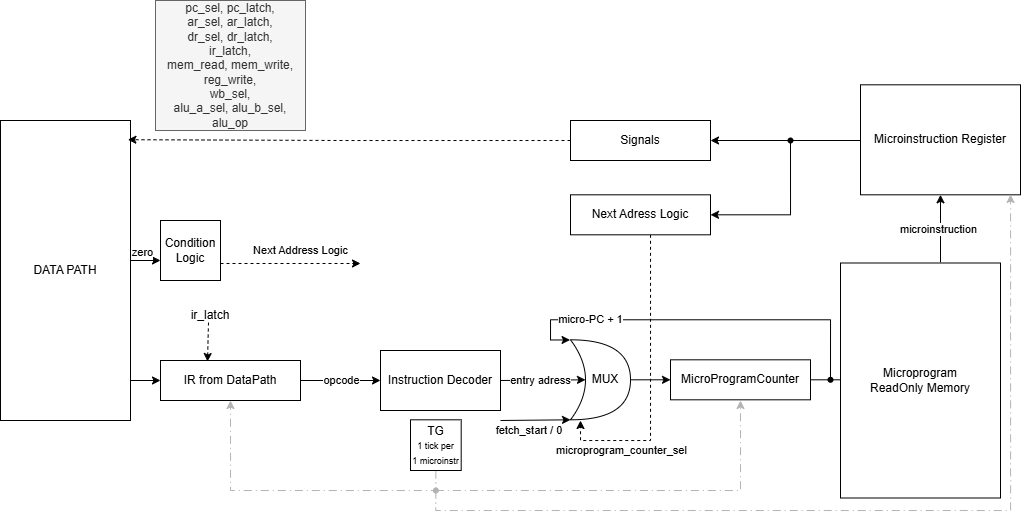
Before: img/CU.png, a diagram exported from draw.io (ladpest/csa-lab4). Source tidied: cells renumbered, new cells last; positions are measured from the earlier drawing's top-left corner, leaving out a move shared by most shapes.
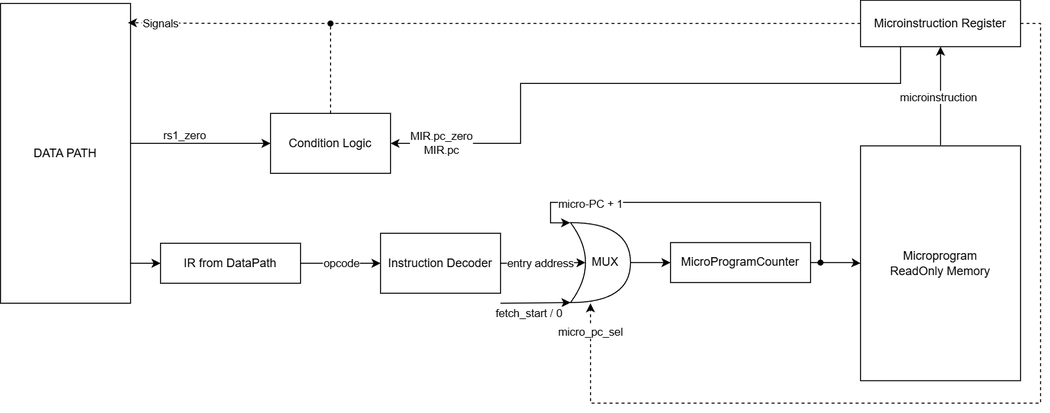
Later version of the same file.

Commit message:
fix: update schemas, remove NEXT_JMP, return zero register

The edit, as a diff of the source:
```diff
@@ -8,39 +8,29 @@
     <mxCell id="3" value="IR from DataPath" style="rounded=0;whiteSpace=wrap;html=1;" parent="1" vertex="1">
       <mxGeometry x="160" y="360" width="140" height="40" as="geometry" />
     </mxCell>
-    <mxCell id="4" style="endArrow=classic;html=1;rounded=0;entryX=0;entryY=0.5;entryDx=0;entryDy=0;" parent="1" edge="1" target="3">
-      <mxGeometry relative="1" as="geometry">
-        <mxPoint x="130" y="380" as="sourcePoint" />
-      </mxGeometry>
-    </mxCell>
-    <mxCell id="5" value="ir_latch" style="text;html=1;whiteSpace=wrap;strokeColor=none;fillColor=none;align=center;verticalAlign=middle;rounded=0;" parent="1" vertex="1">
-      <mxGeometry x="180" y="300" width="60" height="30" as="geometry" />
-    </mxCell>
-    <mxCell id="6" style="endArrow=classic;html=1;rounded=0;dashed=1;" parent="1" edge="1">
-      <mxGeometry relative="1" as="geometry">
-        <mxPoint x="208" y="322" as="sourcePoint" />
-        <mxPoint x="207" y="361" as="targetPoint" />
-      </mxGeometry>
-    </mxCell>
+    <mxCell id="43" style="endArrow=classic;html=1;rounded=0;entryX=0;entryY=0.5;entryDx=0;entryDy=0;" parent="1" edge="1" target="3">
+      <mxGeometry relative="1" as="geometry">
+        <mxPoint x="130" y="380" as="sourcePoint" />
+      </mxGeometry>
+    </mxCell>
     <mxCell id="7" value="Instruction Decoder" style="rounded=0;whiteSpace=wrap;html=1;" parent="1" vertex="1">
       <mxGeometry x="380" y="350" width="120" height="60" as="geometry" />
     </mxCell>
-    <mxCell id="8" style="endArrow=classic;html=1;rounded=0;entryX=0;entryY=0.5;entryDx=0;entryDy=0;" parent="1" edge="1" target="7">
-      <mxGeometry relative="1" as="geometry">
-        <mxPoint x="300" y="380" as="sourcePoint" />
-      </mxGeometry>
-    </mxCell>
+    <mxCell id="44" style="endArrow=classic;html=1;rounded=0;entryX=0;entryY=0.5;entryDx=0;entryDy=0;" parent="1" edge="1" target="7">
+      <mxGeometry relative="1" as="geometry">
+        <mxPoint x="300" y="380" as="sourcePoint" />
+      </mxGeometry>
+    </mxCell>
-    <mxCell id="9" value="opcode" style="edgeLabel;html=1;align=center;verticalAlign=middle;" parent="8" vertex="1">
+    <mxCell id="9" value="opcode" style="edgeLabel;html=1;align=center;verticalAlign=middle;" parent="44" vertex="1">
       <mxGeometry x="-0.25" y="-2" relative="1" as="geometry">
         <mxPoint x="10" y="-2" as="offset" />
       </mxGeometry>
     </mxCell>
-    <mxCell id="10" style="edgeStyle=orthogonalEdgeStyle;rounded=0;jettySize=auto;html=1;exitX=0.5;exitY=1;exitDx=0;exitDy=0;entryX=0.5;entryY=1;entryDx=0;entryDy=0;dashed=1;dashPattern=8 4 1 4;strokeColor=#B3B3B3;" parent="1" edge="1" source="11" target="3">
-      <mxGeometry relative="1" as="geometry" />
-    </mxCell>
-    <mxCell id="11" value="TG&lt;br&gt;&lt;font style=&quot;font-size: 9px;&quot;&gt;1 tick per&lt;br&gt;1 microinstr&lt;/font&gt;" style="whiteSpace=wrap;html=1;" parent="1" vertex="1">
-      <mxGeometry x="410" y="419.3" width="50.7" height="50.7" as="geometry" />
-    </mxCell>
+    <mxCell id="45" style="edgeStyle=orthogonalEdgeStyle;rounded=0;jettySize=auto;html=1;exitX=1;exitY=0.5;exitDx=0;exitDy=0;endArrow=none;endFill=0;" parent="1" edge="1" source="12">
+      <mxGeometry relative="1" as="geometry">
+        <mxPoint x="820" y="379.6" as="targetPoint" />
+      </mxGeometry>
+    </mxCell>
     <mxCell id="12" value="MicroProgramCounter" style="rounded=0;whiteSpace=wrap;html=1;" parent="1" vertex="1">
       <mxGeometry x="670" y="359.3" width="140" height="40" as="geometry" />
     </mxCell>
@@ -50,35 +40,32 @@
     <mxCell id="14" style="endArrow=classic;html=1;rounded=0;entryX=0.25;entryY=0.5;entryDx=0;entryDy=0;entryPerimeter=0;endFill=1;exitX=1;exitY=0.5;exitDx=0;exitDy=0;" parent="1" edge="1" source="7" target="13">
       <mxGeometry relative="1" as="geometry" />
     </mxCell>
-    <mxCell id="15" value="entry adress" style="edgeLabel;html=1;align=center;verticalAlign=middle;" parent="14" vertex="1">
-      <mxGeometry x="-0.21" y="-1" relative="1" as="geometry">
-        <mxPoint x="7" y="-1" as="offset" />
-      </mxGeometry>
-    </mxCell>
-    <mxCell id="16" style="endArrow=classic;html=1;rounded=0;entryX=0;entryY=0.5;entryDx=0;entryDy=0;" parent="1" edge="1" target="12">
-      <mxGeometry relative="1" as="geometry">
-        <mxPoint x="630" y="379.3" as="sourcePoint" />
-      </mxGeometry>
-    </mxCell>
-    <mxCell id="17" style="endArrow=classic;html=1;rounded=0;entryX=0;entryY=0.5;entryDx=0;entryDy=0;" parent="1" edge="1">
-      <mxGeometry relative="1" as="geometry">
-        <mxPoint x="810" y="379.3" as="sourcePoint" />
-        <mxPoint x="860" y="379.3" as="targetPoint" />
-      </mxGeometry>
-    </mxCell>
-    <mxCell id="18" style="shape=waypoint;sketch=0;size=6;points=[];fillColor=none;perimeter=centerPerimeter;snapToPoint=1;" parent="1" vertex="1">
-      <mxGeometry x="820" y="369.3" width="20" height="20" as="geometry" />
-    </mxCell>
-    <mxCell id="19" style="edgeStyle=orthogonalEdgeStyle;rounded=0;jettySize=auto;html=1;entryX=-0.007;entryY=0.002;entryDx=0;entryDy=0;entryPerimeter=0;" parent="1" edge="1" source="18" target="13">
-      <mxGeometry relative="1" as="geometry">
-        <Array as="points">
-          <mxPoint x="830" y="319.3" />
-          <mxPoint x="550" y="319.3" />
-          <mxPoint x="550" y="339.3" />
-        </Array>
-      </mxGeometry>
-    </mxCell>
+    <mxCell id="46" value="entry address" style="edgeLabel;html=1;align=center;verticalAlign=middle;" parent="14" vertex="1">
+      <mxGeometry x="-0.21" y="-1" relative="1" as="geometry">
+        <mxPoint x="7" y="-1" as="offset" />
+      </mxGeometry>
+    </mxCell>
+    <mxCell id="47" style="endArrow=classic;html=1;rounded=0;entryX=0;entryY=0.5;entryDx=0;entryDy=0;" parent="1" edge="1" target="12">
+      <mxGeometry relative="1" as="geometry">
+        <mxPoint x="630" y="379.3" as="sourcePoint" />
+      </mxGeometry>
+    </mxCell>
+    <mxCell id="48" style="edgeStyle=orthogonalEdgeStyle;rounded=0;jettySize=auto;html=1;entryX=0;entryY=0.5;entryDx=0;entryDy=0;" parent="1" edge="1" source="49" target="24">
+      <mxGeometry relative="1" as="geometry" />
+    </mxCell>
+    <mxCell id="49" style="shape=waypoint;sketch=0;size=6;points=[];fillColor=none;perimeter=centerPerimeter;snapToPoint=1;" parent="1" vertex="1">
+      <mxGeometry x="810" y="369.3" width="20" height="20" as="geometry" />
+    </mxCell>
+    <mxCell id="50" style="edgeStyle=orthogonalEdgeStyle;rounded=0;jettySize=auto;html=1;entryX=-0.007;entryY=0.002;entryDx=0;entryDy=0;entryPerimeter=0;" parent="1" edge="1" source="49" target="13">
+      <mxGeometry relative="1" as="geometry">
+        <Array as="points">
+          <mxPoint x="820" y="319" />
+          <mxPoint x="550" y="319" />
+          <mxPoint x="550" y="340" />
+        </Array>
+      </mxGeometry>
+    </mxCell>
-    <mxCell id="20" value="micro-PC + 1" style="edgeLabel;html=1;align=center;verticalAlign=middle;" parent="19" vertex="1">
+    <mxCell id="20" value="micro-PC + 1" style="edgeLabel;html=1;align=center;verticalAlign=middle;" parent="50" vertex="1">
       <mxGeometry x="0.85" y="4" relative="1" as="geometry">
         <mxPoint x="36" y="-12" as="offset" />
       </mxGeometry>
@@ -89,101 +76,77 @@
         <mxPoint x="570" y="419.3" as="targetPoint" />
       </mxGeometry>
     </mxCell>
-    <mxCell id="22" style="edgeStyle=orthogonalEdgeStyle;rounded=0;jettySize=auto;html=1;exitX=0.5;exitY=0;exitDx=0;exitDy=0;entryX=0.5;entryY=1;entryDx=0;entryDy=0;" parent="1" edge="1" target="25">
-      <mxGeometry relative="1" as="geometry">
-        <mxPoint x="940" y="261.8" as="sourcePoint" />
-      </mxGeometry>
-    </mxCell>
+    <mxCell id="51" style="edgeStyle=orthogonalEdgeStyle;rounded=0;jettySize=auto;html=1;exitX=0.5;exitY=0;exitDx=0;exitDy=0;entryX=0.5;entryY=1;entryDx=0;entryDy=0;" parent="1" edge="1" target="25">
+      <mxGeometry relative="1" as="geometry">
+        <mxPoint x="940" y="261.8" as="sourcePoint" />
+      </mxGeometry>
+    </mxCell>
-    <mxCell id="23" value="microinstruction" style="edgeLabel;html=1;align=center;verticalAlign=middle;" parent="22" vertex="1">
+    <mxCell id="23" value="microinstruction" style="edgeLabel;html=1;align=center;verticalAlign=middle;" parent="51" vertex="1">
       <mxGeometry x="-0.02" y="2" relative="1" as="geometry" />
     </mxCell>
     <mxCell id="24" value="Microprogram &lt;br&gt;ReadOnly Memory" style="rounded=0;whiteSpace=wrap;html=1;" parent="1" vertex="1">
-      <mxGeometry x="840" y="262.5" width="160" height="235" as="geometry" />
+      <mxGeometry x="860" y="262.5" width="160" height="235" as="geometry" />
     </mxCell>
+    <mxCell id="52" style="edgeStyle=orthogonalEdgeStyle;rounded=0;jettySize=auto;html=1;exitX=1;exitY=0.5;exitDx=0;exitDy=0;entryX=0.333;entryY=1.009;entryDx=0;entryDy=0;entryPerimeter=0;dashed=1;" parent="1" edge="1" source="25" target="13">
+      <mxGeometry relative="1" as="geometry">
+        <Array as="points">
+          <mxPoint x="1040" y="140" />
+          <mxPoint x="1040" y="520" />
+          <mxPoint x="590" y="520" />
+        </Array>
+      </mxGeometry>
+    </mxCell>
+    <mxCell id="53" value="micro_pc_sel" style="edgeLabel;html=1;align=center;verticalAlign=middle;" parent="52" vertex="1">
+      <mxGeometry x="0.94" y="3" relative="1" as="geometry">
+        <mxPoint x="3" as="offset" />
+      </mxGeometry>
+    </mxCell>
+    <mxCell id="54" style="edgeStyle=orthogonalEdgeStyle;rounded=0;jettySize=auto;html=1;exitX=0.25;exitY=1;exitDx=0;exitDy=0;entryX=1;entryY=0.5;entryDx=0;entryDy=0;" parent="1" edge="1" source="25" target="31">
+      <mxGeometry relative="1" as="geometry">
+        <Array as="points">
+          <mxPoint x="900" y="200" />
+          <mxPoint x="520" y="200" />
+          <mxPoint x="520" y="260" />
+        </Array>
+      </mxGeometry>
+    </mxCell>
+    <mxCell id="55" value="MIR.pc_zero&lt;br&gt;MIR.pc" style="edgeLabel;html=1;align=center;verticalAlign=middle;" parent="54" vertex="1">
+      <mxGeometry x="0.78" y="2" relative="1" as="geometry">
+        <mxPoint x="-15" y="-2" as="offset" />
+      </mxGeometry>
+    </mxCell>
     <mxCell id="25" value="Microinstruction Register" style="rounded=0;whiteSpace=wrap;html=1;" parent="1" vertex="1">
-      <mxGeometry x="860" y="84.3" width="160" height="110" as="geometry" />
+      <mxGeometry x="860" y="116.8" width="160" height="46.4" as="geometry" />
     </mxCell>
+    <mxCell id="56" style="edgeStyle=orthogonalEdgeStyle;rounded=0;jettySize=auto;html=1;exitDx=0;exitDy=0;entryX=0.98;entryY=0.064;entryDx=0;entryDy=0;entryPerimeter=0;dashed=1;" parent="1" edge="1" source="61" target="2">
+      <mxGeometry relative="1" as="geometry" />
+    </mxCell>
+    <mxCell id="57" style="endArrow=classic;html=1;rounded=0;entryX=0;entryY=0.5;entryDx=0;entryDy=0;" parent="1" edge="1" target="31">
+      <mxGeometry relative="1" as="geometry">
+        <mxPoint x="130" y="260" as="sourcePoint" />
+      </mxGeometry>
+    </mxCell>
+    <mxCell id="58" value="rs1_zero" style="edgeLabel;html=1;align=center;verticalAlign=middle;" parent="57" vertex="1">
+      <mxGeometry x="-0.42" relative="1" as="geometry">
+        <mxPoint x="13" y="-8" as="offset" />
+      </mxGeometry>
+    </mxCell>
+    <mxCell id="59" style="edgeStyle=orthogonalEdgeStyle;rounded=0;jettySize=auto;html=1;endArrow=none;endFill=0;dashed=1;" parent="1" edge="1" source="31">
+      <mxGeometry relative="1" as="geometry">
+        <mxPoint x="330" y="140" as="targetPoint" />
+      </mxGeometry>
+    </mxCell>
+    <mxCell id="31" value="&lt;span style=&quot;caret-color: rgba(0, 0, 0, 0);&quot;&gt;Condition Logic&lt;/span&gt;" style="rounded=0;whiteSpace=wrap;html=1;" parent="1" vertex="1">
+      <mxGeometry x="270" y="230" width="120" height="60" as="geometry" />
+    </mxCell>
-    <mxCell id="26" value="Signals" style="rounded=0;whiteSpace=wrap;html=1;" parent="1" vertex="1">
-      <mxGeometry x="570" y="120" width="140" height="40" as="geometry" />
+    <mxCell id="26" value="Signals" style="edgeLabel;html=1;align=center;verticalAlign=middle;points=[];" parent="1" vertex="1">
+      <mxGeometry x="160" y="140" as="geometry" />
     </mxCell>
-    <mxCell id="27" style="edgeStyle=orthogonalEdgeStyle;rounded=0;jettySize=auto;html=1;exitX=0;exitY=0.5;exitDx=0;exitDy=0;entryX=0.98;entryY=0.064;entryDx=0;entryDy=0;entryPerimeter=0;dashed=1;" parent="1" edge="1" source="26" target="2">
-      <mxGeometry relative="1" as="geometry" />
-    </mxCell>
-    <mxCell id="28" style="edgeStyle=orthogonalEdgeStyle;rounded=0;jettySize=auto;html=1;dashed=1;" parent="1" edge="1" source="30">
-      <mxGeometry relative="1" as="geometry">
-        <mxPoint x="580" y="420" as="targetPoint" />
-        <Array as="points">
-          <mxPoint x="650" y="440" />
-          <mxPoint x="580" y="440" />
-        </Array>
-      </mxGeometry>
-    </mxCell>
-    <mxCell id="29" value="microprogram_counter_sel" style="edgeLabel;html=1;align=center;verticalAlign=middle;" parent="28" vertex="1">
-      <mxGeometry x="0.72" y="1" relative="1" as="geometry">
-        <mxPoint x="20" y="9" as="offset" />
-      </mxGeometry>
-    </mxCell>
-    <mxCell id="30" value="Next Adress Logic" style="whiteSpace=wrap;html=1;" parent="1" vertex="1">
-      <mxGeometry x="570" y="194.3" width="140" height="40" as="geometry" />
-    </mxCell>
-    <mxCell id="31" value="Condition Logic" style="whiteSpace=wrap;html=1;" parent="1" vertex="1">
-      <mxGeometry x="160" y="220" width="60" height="60" as="geometry" />
-    </mxCell>
-    <mxCell id="32" style="endArrow=classic;html=1;rounded=0;entryX=0;entryY=0.5;entryDx=0;entryDy=0;" parent="1" edge="1">
-      <mxGeometry relative="1" as="geometry">
-        <mxPoint x="130" y="260" as="sourcePoint" />
-        <mxPoint x="160" y="260" as="targetPoint" />
-      </mxGeometry>
-    </mxCell>
-    <mxCell id="33" value="zero" style="edgeLabel;html=1;align=center;verticalAlign=middle;" parent="32" vertex="1">
-      <mxGeometry x="-0.42" relative="1" as="geometry">
-        <mxPoint x="3" y="-8" as="offset" />
-      </mxGeometry>
-    </mxCell>
-    <mxCell id="34" style="edgeStyle=orthogonalEdgeStyle;rounded=0;jettySize=auto;html=1;dashed=1;dashPattern=8 4 1 4;strokeColor=#B3B3B3;" parent="1" edge="1" source="35">
-      <mxGeometry relative="1" as="geometry">
-        <mxPoint x="740" y="400" as="targetPoint" />
-      </mxGeometry>
-    </mxCell>
-    <mxCell id="35" style="shape=waypoint;sketch=0;size=6;points=[];fillColor=none;perimeter=centerPerimeter;snapToPoint=1;strokeColor=#B3B3B3;" parent="1" vertex="1">
-      <mxGeometry x="425.4" y="480" width="20" height="20" as="geometry" />
-    </mxCell>
-    <mxCell id="36" style="edgeStyle=orthogonalEdgeStyle;rounded=0;jettySize=auto;html=1;entryX=0.938;entryY=0.997;entryDx=0;entryDy=0;entryPerimeter=0;dashed=1;dashPattern=8 4 1 4;strokeColor=#B3B3B3;" parent="1" edge="1" source="35" target="25">
-      <mxGeometry relative="1" as="geometry">
-        <Array as="points">
-          <mxPoint x="435" y="510" />
-          <mxPoint x="1010" y="510" />
-        </Array>
-      </mxGeometry>
-    </mxCell>
-    <mxCell id="37" style="endArrow=classic;html=1;rounded=0;entryX=1;entryY=0.5;entryDx=0;entryDy=0;" parent="1" edge="1" target="26">
-      <mxGeometry relative="1" as="geometry">
-        <mxPoint x="860" y="140" as="sourcePoint" />
-      </mxGeometry>
-    </mxCell>
-    <mxCell id="38" style="edgeStyle=orthogonalEdgeStyle;rounded=0;jettySize=auto;html=1;entryX=1;entryY=0.5;entryDx=0;entryDy=0;" parent="1" edge="1" source="39" target="30">
-      <mxGeometry relative="1" as="geometry">
-        <Array as="points">
-          <mxPoint x="790" y="214" />
-        </Array>
-      </mxGeometry>
-    </mxCell>
-    <mxCell id="39" style="shape=waypoint;sketch=0;size=6;points=[];fillColor=none;perimeter=centerPerimeter;snapToPoint=1;" parent="1" vertex="1">
-      <mxGeometry x="780" y="130" width="20" height="20" as="geometry" />
-    </mxCell>
-    <mxCell id="40" style="endArrow=classic;html=1;rounded=0;dashed=1;" parent="1" edge="1">
-      <mxGeometry relative="1" as="geometry">
-        <mxPoint x="220" y="263" as="sourcePoint" />
-        <mxPoint x="360" y="263" as="targetPoint" />
-      </mxGeometry>
-    </mxCell>
-    <mxCell id="41" value="Next Address Logic" style="edgeLabel;html=1;align=center;verticalAlign=middle;" parent="40" vertex="1">
-      <mxGeometry x="-0.61" y="1" relative="1" as="geometry">
-        <mxPoint x="53" y="-12" as="offset" />
-      </mxGeometry>
-    </mxCell>
-    <mxCell id="42" value="pc_sel, pc_latch,&lt;br&gt;ar_sel, ar_latch,&lt;br&gt;dr_sel, dr_latch,&lt;br&gt;ir_latch,&lt;br&gt;mem_read, mem_write,&lt;br&gt;reg_write,&lt;br&gt;wb_sel,&lt;br&gt;alu_a_sel, alu_b_sel,&lt;br&gt;alu_op" style="text;html=1;whiteSpace=wrap;strokeColor=#666666;fillColor=#f5f5f5;align=center;verticalAlign=middle;rounded=0;fontColor=#333333;" parent="1" vertex="1">
-      <mxGeometry x="155" width="150" height="130" as="geometry" />
-    </mxCell>
+    <mxCell id="60" style="edgeStyle=orthogonalEdgeStyle;rounded=0;jettySize=auto;html=1;exitX=0;exitY=0.5;exitDx=0;exitDy=0;entryDx=0;entryDy=0;entryPerimeter=0;dashed=1;endArrow=none;endFill=0;" parent="1" edge="1" source="25" target="61">
+      <mxGeometry relative="1" as="geometry" />
+    </mxCell>
+    <mxCell id="61" style="shape=waypoint;sketch=0;size=6;points=[];fillColor=none;perimeter=centerPerimeter;snapToPoint=1;" parent="1" vertex="1">
+      <mxGeometry x="320" y="130" width="20" height="20" as="geometry" />
+    </mxCell>
   </root>
 </mxGraphModel>
```
